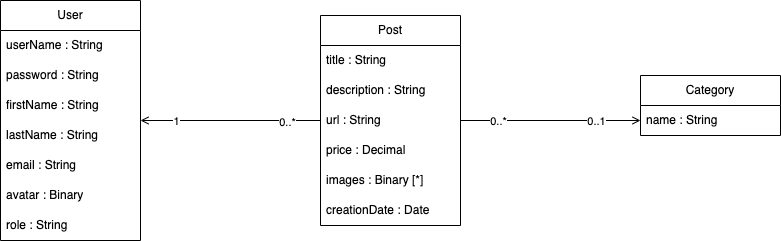
alejandrobujan/poster keeps this draw.io diagram as doc/img/poster-uml.png. Above is the earlier version. Source tidied: cells renumbered, new cells last; positions are measured from the earlier drawing's top-left corner, leaving out a move shared by most shapes.
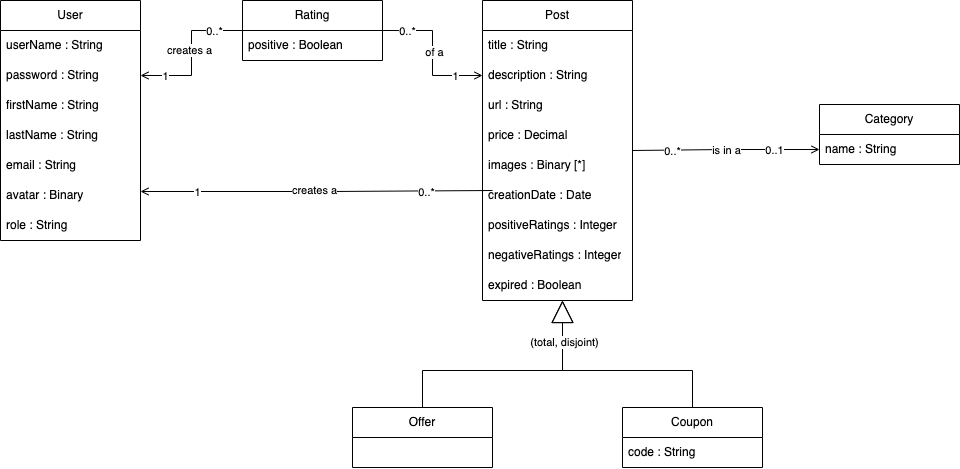
The same diagram one commit later.

Diff of the diagram source:
```diff
@@ -3,28 +3,37 @@
     <mxCell id="0" />
     <mxCell id="1" parent="0" />
     <mxCell id="2" value="Post" style="swimlane;fontStyle=0;horizontal=1;startSize=30;whiteSpace=wrap;html=1;" parent="1" vertex="1">
-      <mxGeometry x="320" y="15" width="140" height="210" as="geometry" />
+      <mxGeometry x="310" width="150" height="300" as="geometry" />
     </mxCell>
     <mxCell id="3" value="title : String" style="text;strokeColor=none;fillColor=none;align=left;verticalAlign=middle;spacingLeft=4;spacingRight=4;overflow=hidden;whiteSpace=wrap;html=1;" parent="2" vertex="1">
-      <mxGeometry y="30" width="140" height="30" as="geometry" />
+      <mxGeometry y="30" width="150" height="30" as="geometry" />
     </mxCell>
     <mxCell id="4" value="description : String" style="text;strokeColor=none;fillColor=none;align=left;verticalAlign=middle;spacingLeft=4;spacingRight=4;overflow=hidden;points=[[0,0.5],[1,0.5]];portConstraint=eastwest;whiteSpace=wrap;html=1;" parent="2" vertex="1">
-      <mxGeometry y="60" width="140" height="30" as="geometry" />
+      <mxGeometry y="60" width="150" height="30" as="geometry" />
     </mxCell>
     <mxCell id="5" value="url : String" style="text;strokeColor=none;fillColor=none;align=left;verticalAlign=middle;spacingLeft=4;spacingRight=4;overflow=hidden;whiteSpace=wrap;html=1;" parent="2" vertex="1">
-      <mxGeometry y="90" width="140" height="30" as="geometry" />
+      <mxGeometry y="90" width="150" height="30" as="geometry" />
     </mxCell>
     <mxCell id="6" value="price : Decimal" style="text;strokeColor=none;fillColor=none;align=left;verticalAlign=middle;spacingLeft=4;spacingRight=4;overflow=hidden;whiteSpace=wrap;html=1;" parent="2" vertex="1">
-      <mxGeometry y="120" width="140" height="30" as="geometry" />
+      <mxGeometry y="120" width="150" height="30" as="geometry" />
     </mxCell>
     <mxCell id="7" value="images : Binary [*]" style="text;strokeColor=none;fillColor=none;align=left;verticalAlign=middle;spacingLeft=4;spacingRight=4;overflow=hidden;whiteSpace=wrap;html=1;" parent="2" vertex="1">
-      <mxGeometry y="150" width="140" height="30" as="geometry" />
+      <mxGeometry y="150" width="150" height="30" as="geometry" />
     </mxCell>
     <mxCell id="8" value="creationDate : Date" style="text;strokeColor=none;fillColor=none;align=left;verticalAlign=middle;spacingLeft=4;spacingRight=4;overflow=hidden;whiteSpace=wrap;html=1;" parent="2" vertex="1">
-      <mxGeometry y="180" width="140" height="30" as="geometry" />
+      <mxGeometry y="180" width="150" height="30" as="geometry" />
     </mxCell>
+    <mxCell id="25" value="positiveRatings : Integer" style="text;strokeColor=none;fillColor=none;align=left;verticalAlign=middle;spacingLeft=4;spacingRight=4;overflow=hidden;whiteSpace=wrap;html=1;" parent="2" vertex="1">
+      <mxGeometry y="210" width="150" height="30" as="geometry" />
+    </mxCell>
+    <mxCell id="26" value="negativeRatings : Integer" style="text;strokeColor=none;fillColor=none;align=left;verticalAlign=middle;spacingLeft=4;spacingRight=4;overflow=hidden;whiteSpace=wrap;html=1;" parent="2" vertex="1">
+      <mxGeometry y="240" width="150" height="30" as="geometry" />
+    </mxCell>
+    <mxCell id="27" value="expired : Boolean" style="text;strokeColor=none;fillColor=none;align=left;verticalAlign=middle;spacingLeft=4;spacingRight=4;overflow=hidden;whiteSpace=wrap;html=1;" parent="2" vertex="1">
+      <mxGeometry y="270" width="150" height="30" as="geometry" />
+    </mxCell>
     <mxCell id="9" value="User" style="swimlane;fontStyle=0;horizontal=1;startSize=30;whiteSpace=wrap;html=1;" parent="1" vertex="1">
-      <mxGeometry width="140" height="240" as="geometry" />
+      <mxGeometry x="-172" width="140" height="240" as="geometry" />
     </mxCell>
     <mxCell id="10" value="userName : String" style="text;strokeColor=none;fillColor=none;align=left;verticalAlign=middle;spacingLeft=4;spacingRight=4;overflow=hidden;whiteSpace=wrap;html=1;" parent="9" vertex="1">
       <mxGeometry y="30" width="140" height="30" as="geometry" />
@@ -48,13 +57,18 @@
       <mxGeometry y="210" width="140" height="30" as="geometry" />
     </mxCell>
     <mxCell id="17" value="Category" style="swimlane;fontStyle=0;horizontal=1;startSize=30;whiteSpace=wrap;html=1;" parent="1" vertex="1">
-      <mxGeometry x="640" y="75" width="140" height="60" as="geometry" />
+      <mxGeometry x="647" y="104" width="140" height="60" as="geometry" />
     </mxCell>
     <mxCell id="18" value="name : String" style="text;strokeColor=none;fillColor=none;align=left;verticalAlign=middle;spacingLeft=4;spacingRight=4;overflow=hidden;points=[[0,0.5],[1,0.5]];portConstraint=eastwest;whiteSpace=wrap;html=1;" parent="17" vertex="1">
       <mxGeometry y="30" width="140" height="30" as="geometry" />
     </mxCell>
-    <mxCell id="19" style="edgeStyle=orthogonalEdgeStyle;rounded=0;jettySize=auto;html=1;endArrow=none;endFill=0;startArrow=open;startFill=0;" parent="1" edge="1" source="9" target="2">
-      <mxGeometry relative="1" as="geometry" />
+    <mxCell id="19" style="edgeStyle=orthogonalEdgeStyle;rounded=0;jettySize=auto;html=1;endArrow=none;endFill=0;startArrow=open;startFill=0;" parent="1" edge="1" source="9">
+      <mxGeometry relative="1" as="geometry">
+        <mxPoint x="320" y="190" as="targetPoint" />
+        <Array as="points">
+          <mxPoint x="158" y="191" />
+        </Array>
+      </mxGeometry>
     </mxCell>
     <mxCell id="20" value="1" style="edgeLabel;html=1;align=center;verticalAlign=middle;" parent="19" vertex="1">
       <mxGeometry x="-0.76" relative="1" as="geometry">
@@ -64,6 +78,11 @@
     <mxCell id="21" value="0..*" style="edgeLabel;html=1;align=center;verticalAlign=middle;" parent="19" vertex="1">
       <mxGeometry x="0.63" y="-1" relative="1" as="geometry" />
     </mxCell>
+    <mxCell id="28" value="creates a" style="edgeLabel;html=1;align=center;verticalAlign=middle;" parent="19" vertex="1">
+      <mxGeometry x="-0.07" y="2" relative="1" as="geometry">
+        <mxPoint x="10" as="offset" />
+      </mxGeometry>
+    </mxCell>
     <mxCell id="22" style="edgeStyle=orthogonalEdgeStyle;rounded=0;jettySize=auto;html=1;exitX=0;exitY=0.5;exitDx=0;exitDy=0;endArrow=none;endFill=0;startArrow=open;startFill=0;" parent="1" edge="1" source="18" target="2">
       <mxGeometry relative="1" as="geometry" />
     </mxCell>
@@ -75,5 +94,68 @@
         <mxPoint x="-16" as="offset" />
       </mxGeometry>
     </mxCell>
+    <mxCell id="29" value="is in a" style="edgeLabel;html=1;align=center;verticalAlign=middle;" parent="22" vertex="1">
+      <mxGeometry x="0.01" y="-1" relative="1" as="geometry" />
+    </mxCell>
+    <mxCell id="30" style="edgeStyle=orthogonalEdgeStyle;rounded=0;jettySize=auto;html=1;endArrow=block;endFill=0;endSize=20;" parent="1" edge="1" source="31" target="2">
+      <mxGeometry relative="1" as="geometry">
+        <Array as="points">
+          <mxPoint x="250" y="370" />
+          <mxPoint x="390" y="370" />
+        </Array>
+      </mxGeometry>
+    </mxCell>
+    <mxCell id="31" value="Offer" style="swimlane;fontStyle=0;horizontal=1;startSize=30;whiteSpace=wrap;html=1;" parent="1" vertex="1">
+      <mxGeometry x="180" y="407" width="140" height="60" as="geometry" />
+    </mxCell>
+    <mxCell id="32" style="edgeStyle=orthogonalEdgeStyle;rounded=0;jettySize=auto;html=1;endArrow=block;endFill=0;endSize=20;" parent="1" edge="1" source="34" target="2">
+      <mxGeometry relative="1" as="geometry">
+        <Array as="points">
+          <mxPoint x="520" y="370" />
+          <mxPoint x="390" y="370" />
+        </Array>
+      </mxGeometry>
+    </mxCell>
+    <mxCell id="33" value="(total, disjoint)" style="edgeLabel;html=1;align=center;verticalAlign=middle;" parent="32" vertex="1">
+      <mxGeometry x="0.66" y="-1" relative="1" as="geometry" />
+    </mxCell>
+    <mxCell id="34" value="Coupon" style="swimlane;fontStyle=0;horizontal=1;startSize=30;whiteSpace=wrap;html=1;" parent="1" vertex="1">
+      <mxGeometry x="450" y="407" width="140" height="60" as="geometry" />
+    </mxCell>
+    <mxCell id="35" value="code : String" style="text;strokeColor=none;fillColor=none;align=left;verticalAlign=middle;spacingLeft=4;spacingRight=4;overflow=hidden;whiteSpace=wrap;html=1;" parent="34" vertex="1">
+      <mxGeometry y="30" width="140" height="30" as="geometry" />
+    </mxCell>
+    <mxCell id="36" value="Rating" style="swimlane;fontStyle=0;horizontal=1;startSize=30;whiteSpace=wrap;html=1;" parent="1" vertex="1">
+      <mxGeometry x="70" width="140" height="60" as="geometry" />
+    </mxCell>
+    <mxCell id="37" value="positive : Boolean" style="text;strokeColor=none;fillColor=none;align=left;verticalAlign=middle;spacingLeft=4;spacingRight=4;overflow=hidden;whiteSpace=wrap;html=1;" parent="36" vertex="1">
+      <mxGeometry y="30" width="140" height="30" as="geometry" />
+    </mxCell>
+    <mxCell id="38" style="edgeStyle=orthogonalEdgeStyle;rounded=0;jettySize=auto;html=1;exitX=1;exitY=0.5;exitDx=0;exitDy=0;endArrow=none;endFill=0;startArrow=open;startFill=0;" parent="1" edge="1" source="11" target="36">
+      <mxGeometry relative="1" as="geometry" />
+    </mxCell>
+    <mxCell id="39" value="1" style="edgeLabel;html=1;align=center;verticalAlign=middle;" parent="38" vertex="1">
+      <mxGeometry x="-0.66" relative="1" as="geometry" />
+    </mxCell>
+    <mxCell id="40" value="0..*" style="edgeLabel;html=1;align=center;verticalAlign=middle;" parent="38" vertex="1">
+      <mxGeometry x="0.62" relative="1" as="geometry" />
+    </mxCell>
+    <mxCell id="41" value="creates a" style="edgeLabel;html=1;align=center;verticalAlign=middle;" parent="38" vertex="1">
+      <mxGeometry x="0.04" relative="1" as="geometry">
+        <mxPoint x="-3" as="offset" />
+      </mxGeometry>
+    </mxCell>
+    <mxCell id="42" style="edgeStyle=orthogonalEdgeStyle;rounded=0;jettySize=auto;html=1;endArrow=open;endFill=0;" parent="1" edge="1" source="36" target="4">
+      <mxGeometry relative="1" as="geometry" />
+    </mxCell>
+    <mxCell id="43" value="0..*" style="edgeLabel;html=1;align=center;verticalAlign=middle;" parent="42" vertex="1">
+      <mxGeometry x="-0.66" relative="1" as="geometry" />
+    </mxCell>
+    <mxCell id="44" value="1" style="edgeLabel;html=1;align=center;verticalAlign=middle;" parent="42" vertex="1">
+      <mxGeometry x="0.62" relative="1" as="geometry" />
+    </mxCell>
+    <mxCell id="45" value="of a" style="edgeLabel;html=1;align=center;verticalAlign=middle;" parent="42" vertex="1">
+      <mxGeometry x="-0.01" y="1" relative="1" as="geometry" />
+    </mxCell>
   </root>
 </mxGraphModel>
```
